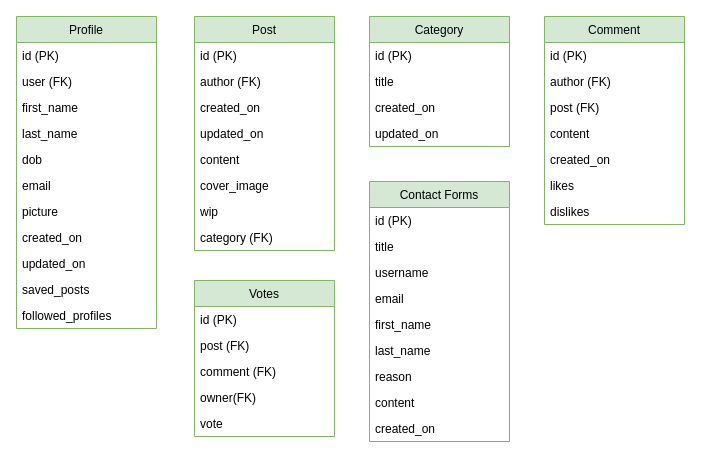
lukebinmore/guideshare-api keeps this draw.io diagram as docs/databasetables/database-tables.drawio. Above is the earlier version. Source tidied: cells renumbered, new cells numbered last; positions are measured from the earlier drawing's top-left corner, leaving out a move shared by most shapes. Both pictures are drawn from the tidied source at 100%, with x=0, y=0 at pixel (16, 16).
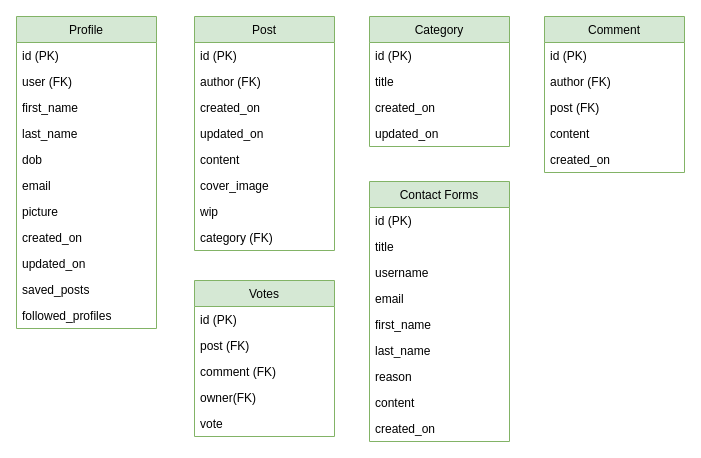
The same page after the edit.

Commit message (it also covers changes not shown here):
Bug Fix - Missing Database Scheme Image

Issue:
Found missing database image from previous database changes.

Resolution:
Added required database scheme image.

Change to the diagram source:
```diff
@@
     <mxCell id="23" value="Comment" style="swimlane;fontStyle=0;horizontal=1;startSize=26;labelBackgroundColor=none;fillColor=#d5e8d4;strokeColor=#82b366;" parent="1" vertex="1">
-      <mxGeometry x="528" width="140" height="208" as="geometry" />
+      <mxGeometry x="528" width="140" height="156" as="geometry" />
     </mxCell>
@@
-    <mxCell id="29" value="likes" style="text;strokeColor=none;fillColor=none;align=left;verticalAlign=top;spacingLeft=4;spacingRight=4;overflow=hidden;labelBackgroundColor=none;" parent="23" vertex="1">
-      <mxGeometry y="156" width="140" height="26" as="geometry" />
-    </mxCell>
-    <mxCell id="30" value="dislikes" style="text;strokeColor=none;fillColor=none;align=left;verticalAlign=top;spacingLeft=4;spacingRight=4;overflow=hidden;labelBackgroundColor=none;" parent="23" vertex="1">
-      <mxGeometry y="182" width="140" height="26" as="geometry" />
-    </mxCell>
```
